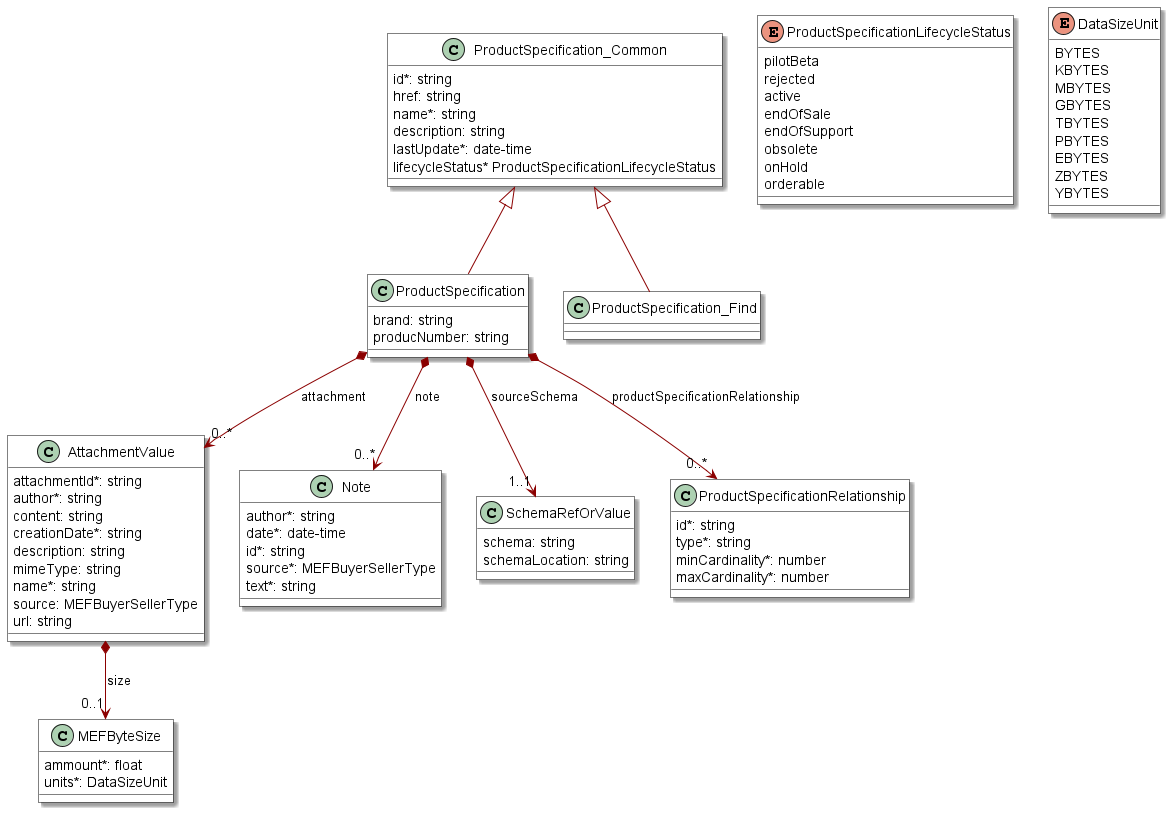
The PlantUML diagram documentation/productApi/catalog/media/specificationModel.png in MEF-GIT/MEF-LSO-Sonata-SDK, before a commit. Source of this version:
```plantuml
@startuml
skinparam {
    ClassBackgroundColor White
    ClassBorderColor Black
    shadowing true
    RoundCorner 0
    LineColor DarkRed
    ArrowColor DarkRed
    ArrowThickness 1
}

class ProductSpecification_Common {
    id*: string
    href: string
    name*: string
    description: string
    lastUpdate*: date-time
    lifecycleStatus* ProductSpecificationLifecycleStatus
}

class ProductSpecification {
    brand: string
    producNumber: string
}

class  ProductSpecification_Find {

}

ProductSpecification_Common <|-- ProductSpecification_Find
ProductSpecification_Common <|-- ProductSpecification


class AttachmentValue {
    attachmentId*: string
    author*: string
    content: string
    creationDate*: string
    description: string
    mimeType: string
    name*: string
    source: MEFBuyerSellerType
    url: string
}

class MEFByteSize {
   ammount*: float
   units*: DataSizeUnit
}

AttachmentValue *-->"0..1" MEFByteSize : size

class Note {

    author*: string
    date*: date-time
    id*: string
    source*: MEFBuyerSellerType
    text*: string
}

class SchemaRefOrValue {
    schema: string
    schemaLocation: string
}

class ProductSpecificationRelationship {
    id*: string
    type*: string
    minCardinality*: number
    maxCardinality*: number
}

ProductSpecification *-->"0..*" AttachmentValue : attachment
ProductSpecification *-->"0..*" Note: note
ProductSpecification *-->"1..1" SchemaRefOrValue: sourceSchema
ProductSpecification *-->"0..*" ProductSpecificationRelationship: productSpecificationRelationship

enum ProductSpecificationLifecycleStatus {
    pilotBeta
    rejected
    active
    endOfSale
    endOfSupport
    obsolete
    onHold
    orderable
}

enum DataSizeUnit{
    BYTES
    KBYTES
    MBYTES
    GBYTES
    TBYTES
    PBYTES
    EBYTES
    ZBYTES
    YBYTES
}

@enduml
```
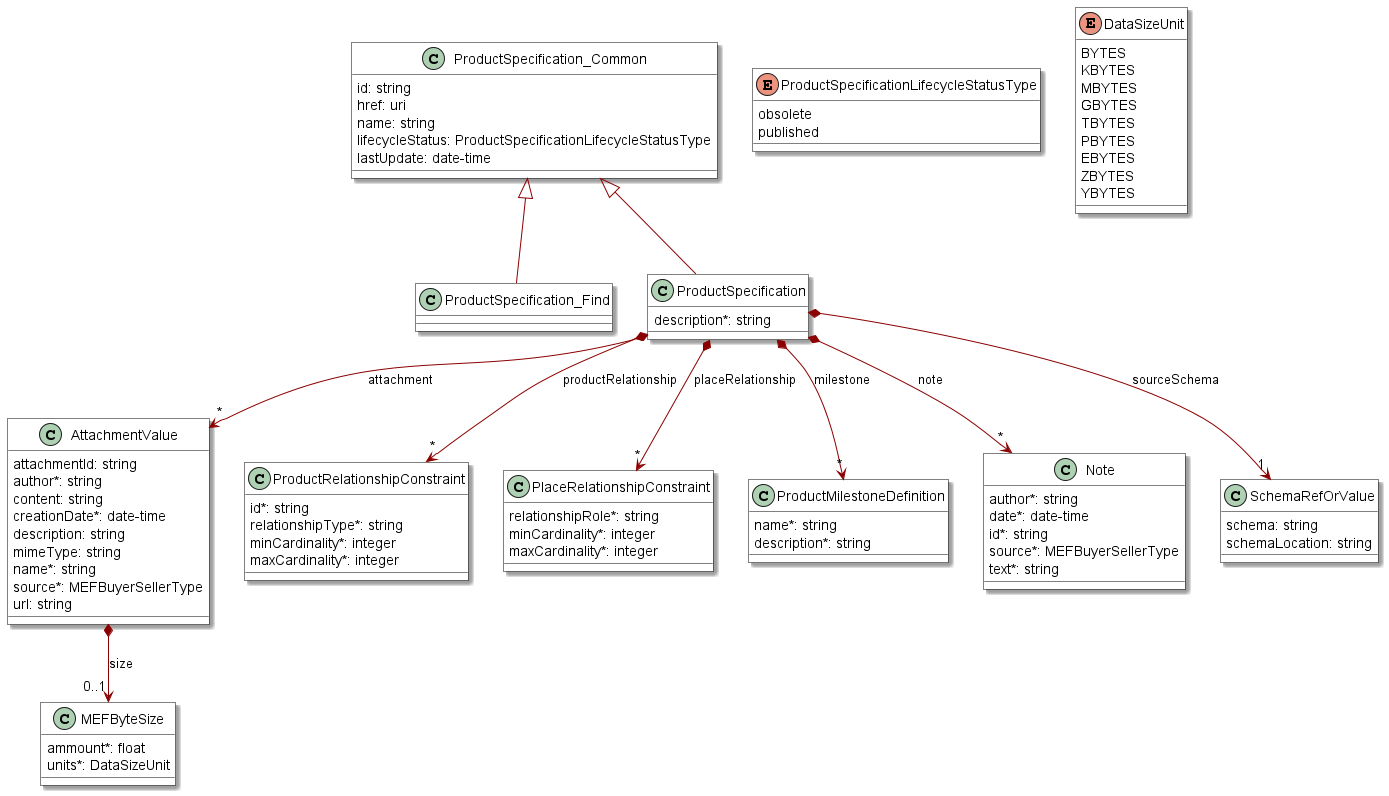
After the change.

Change to the diagram source:
```diff
@@ -10,36 +10,45 @@
 }
 
 class ProductSpecification_Common {
-    id*: string
-    href: string
-    name*: string
-    description: string
-    lastUpdate*: date-time
-    lifecycleStatus* ProductSpecificationLifecycleStatus
+
+    id: string
+    href: uri
+    name: string
+    lifecycleStatus: ProductSpecificationLifecycleStatusType
+    lastUpdate: date-time
 }
 
-class ProductSpecification {
-    brand: string
-    producNumber: string
-}
 
-class  ProductSpecification_Find {
+class ProductSpecification_Find {
 
 }
+ProductSpecification_Common <|-- ProductSpecification_Find
 
-ProductSpecification_Common <|-- ProductSpecification_Find
+
+
+class ProductSpecification {
+
+    description*: string
+}
 ProductSpecification_Common <|-- ProductSpecification
 
+ProductSpecification *-->"*" AttachmentValue : attachment
+ProductSpecification *-->"*" ProductRelationshipConstraint : productRelationship
+ProductSpecification *-->"*" PlaceRelationshipConstraint : placeRelationship
+ProductSpecification *-->"*" ProductMilestoneDefinition : milestone
+ProductSpecification *-->"*" Note : note
+ProductSpecification *-->"1" SchemaRefOrValue : sourceSchema
 
 class AttachmentValue {
-    attachmentId*: string
+
+    attachmentId: string
     author*: string
     content: string
-    creationDate*: string
+    creationDate*: date-time
     description: string
     mimeType: string
     name*: string
-    source: MEFBuyerSellerType
+    source*: MEFBuyerSellerType
     url: string
 }
 
@@ -64,30 +73,38 @@
     schemaLocation: string
 }
 
-class ProductSpecificationRelationship {
-    id*: string
-    type*: string
-    minCardinality*: number
-    maxCardinality*: number
+class PlaceRelationshipConstraint {
+
+    relationshipRole*: string
+    minCardinality*: integer
+    maxCardinality*: integer
 }
 
-ProductSpecification *-->"0..*" AttachmentValue : attachment
-ProductSpecification *-->"0..*" Note: note
-ProductSpecification *-->"1..1" SchemaRefOrValue: sourceSchema
-ProductSpecification *-->"0..*" ProductSpecificationRelationship: productSpecificationRelationship
 
-enum ProductSpecificationLifecycleStatus {
-    pilotBeta
-    rejected
-    active
-    endOfSale
-    endOfSupport
-    obsolete
-    onHold
-    orderable
+
+class ProductRelationshipConstraint {
+
+    id*: string
+    relationshipType*: string
+    minCardinality*: integer
+    maxCardinality*: integer
 }
 
-enum DataSizeUnit{
+enum ProductSpecificationLifecycleStatusType {
+
+    obsolete
+    published
+}
+
+class ProductMilestoneDefinition {
+
+    name*: string
+    description*: string
+}
+
+
+
+enum DataSizeUnit {
     BYTES
     KBYTES
     MBYTES
@@ -99,4 +116,5 @@
     YBYTES
 }
 
+
 @enduml
```
